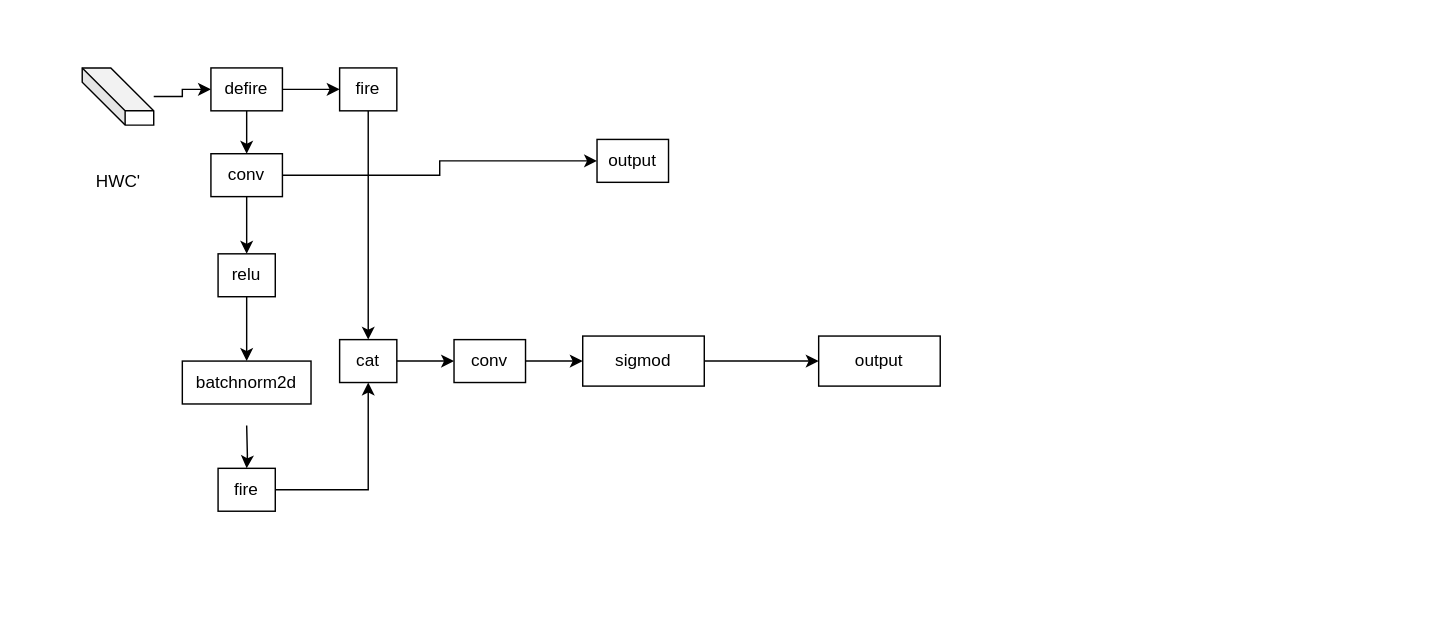
Above: reflectHybloss.drawio in LB157/PhotoLibrary (draw.io), before the change. Source tidied: cells renumbered, new cells numbered last; positions are measured from the earlier drawing's top-left corner, leaving out a move shared by most shapes. Both pictures are drawn from the tidied source at 143%, with x=0, y=0 at pixel (82, 67).
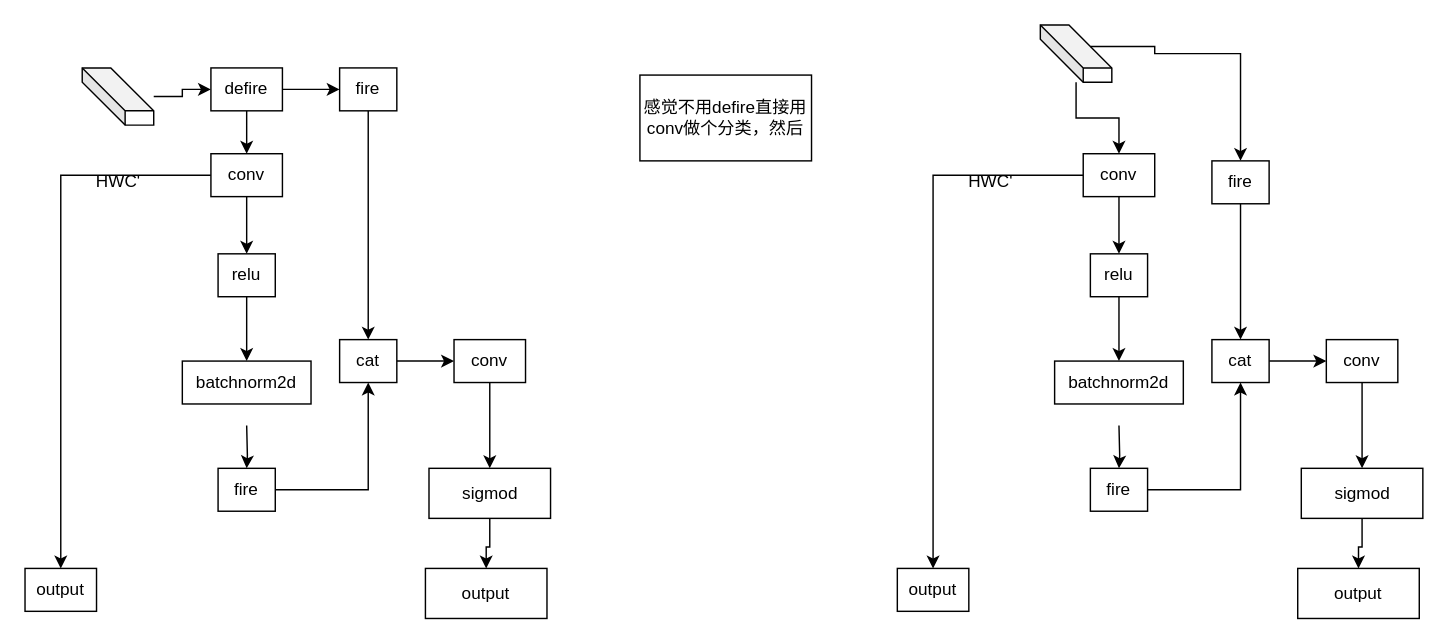
The same diagram, later.

What changed in the source:
```diff
@@
     <mxCell id="24" value="sigmod" style="whiteSpace=wrap;html=1;" parent="1" vertex="1">
-      <mxGeometry x="350" y="187.5" width="85" height="35" as="geometry" />
+      <mxGeometry x="242.5" y="280" width="85" height="35" as="geometry" />
     </mxCell>
     <mxCell id="25" value="output" style="whiteSpace=wrap;html=1;" parent="1" vertex="1">
-      <mxGeometry x="515" y="187.5" width="85" height="35" as="geometry" />
+      <mxGeometry x="240" y="350" width="85" height="35" as="geometry" />
     </mxCell>
     <mxCell id="26" value="output" style="whiteSpace=wrap;html=1;" parent="1" vertex="1">
-      <mxGeometry x="360" y="50" width="50" height="30" as="geometry" />
+      <mxGeometry x="-40" y="350" width="50" height="30" as="geometry" />
     </mxCell>
+    <mxCell id="27" value="感觉不用defire直接用conv做个分类，然后" style="rounded=0;whiteSpace=wrap;html=1;" parent="1" vertex="1">
+      <mxGeometry x="390" y="5" width="120" height="60" as="geometry" />
+    </mxCell>
+    <mxCell id="28" style="edgeStyle=orthogonalEdgeStyle;rounded=0;jettySize=auto;html=1;entryX=0.5;entryY=0;entryDx=0;entryDy=0;" parent="1" edge="1" source="29" target="34">
+      <mxGeometry relative="1" as="geometry" />
+    </mxCell>
+    <mxCell id="29" style="shape=cube;whiteSpace=wrap;html=1;boundedLbl=1;backgroundOutline=1;darkOpacity=0.05;darkOpacity2=0.1;rotation=0;size=30;" parent="1" vertex="1">
+      <mxGeometry x="670" y="-30" width="50" height="40" as="geometry" />
+    </mxCell>
+    <mxCell id="30" value="HWC'" style="text;html=1;align=center;verticalAlign=middle;strokeColor=none;fillColor=none;" parent="1" vertex="1">
+      <mxGeometry x="610" y="65" width="50" height="30" as="geometry" />
+    </mxCell>
+    <mxCell id="31" style="edgeStyle=orthogonalEdgeStyle;rounded=0;jettySize=auto;html=1;exitX=0;exitY=0;exitDx=35;exitDy=15;exitPerimeter=0;" parent="1" edge="1" source="29" target="42">
+      <mxGeometry relative="1" as="geometry">
+        <Array as="points">
+          <mxPoint x="750" y="-15" />
+          <mxPoint x="750" y="-10" />
+          <mxPoint x="810" y="-10" />
+        </Array>
+      </mxGeometry>
+    </mxCell>
+    <mxCell id="32" style="edgeStyle=orthogonalEdgeStyle;rounded=0;jettySize=auto;html=1;" parent="1" edge="1" source="34" target="36">
+      <mxGeometry relative="1" as="geometry" />
+    </mxCell>
+    <mxCell id="33" style="edgeStyle=orthogonalEdgeStyle;rounded=0;jettySize=auto;html=1;" parent="1" edge="1" source="34" target="50">
+      <mxGeometry relative="1" as="geometry" />
+    </mxCell>
+    <mxCell id="34" value="conv" style="whiteSpace=wrap;html=1;" parent="1" vertex="1">
+      <mxGeometry x="700" y="60" width="50" height="30" as="geometry" />
+    </mxCell>
+    <mxCell id="35" style="edgeStyle=orthogonalEdgeStyle;rounded=0;jettySize=auto;html=1;entryX=0.5;entryY=0;entryDx=0;entryDy=0;" parent="1" edge="1" source="36" target="38">
+      <mxGeometry relative="1" as="geometry" />
+    </mxCell>
+    <mxCell id="36" value="relu" style="whiteSpace=wrap;html=1;" parent="1" vertex="1">
+      <mxGeometry x="705" y="130" width="40" height="30" as="geometry" />
+    </mxCell>
+    <mxCell id="37" style="edgeStyle=orthogonalEdgeStyle;rounded=0;jettySize=auto;html=1;" parent="1" edge="1" target="40">
+      <mxGeometry relative="1" as="geometry">
+        <mxPoint x="725" y="250" as="sourcePoint" />
+      </mxGeometry>
+    </mxCell>
+    <mxCell id="38" value="batchnorm2d" style="whiteSpace=wrap;html=1;" parent="1" vertex="1">
+      <mxGeometry x="680" y="205" width="90" height="30" as="geometry" />
+    </mxCell>
+    <mxCell id="39" style="edgeStyle=orthogonalEdgeStyle;rounded=0;jettySize=auto;html=1;" parent="1" edge="1" source="40" target="44">
+      <mxGeometry relative="1" as="geometry" />
+    </mxCell>
+    <mxCell id="40" value="fire" style="whiteSpace=wrap;html=1;" parent="1" vertex="1">
+      <mxGeometry x="705" y="280" width="40" height="30" as="geometry" />
+    </mxCell>
+    <mxCell id="41" style="edgeStyle=orthogonalEdgeStyle;rounded=0;jettySize=auto;html=1;entryX=0.5;entryY=0;entryDx=0;entryDy=0;" parent="1" edge="1" source="42" target="44">
+      <mxGeometry relative="1" as="geometry" />
+    </mxCell>
+    <mxCell id="42" value="fire" style="whiteSpace=wrap;html=1;" parent="1" vertex="1">
+      <mxGeometry x="790" y="65" width="40" height="30" as="geometry" />
+    </mxCell>
+    <mxCell id="43" style="edgeStyle=orthogonalEdgeStyle;rounded=0;jettySize=auto;html=1;" parent="1" edge="1" source="44" target="46">
+      <mxGeometry relative="1" as="geometry" />
+    </mxCell>
+    <mxCell id="44" value="cat" style="whiteSpace=wrap;html=1;" parent="1" vertex="1">
+      <mxGeometry x="790" y="190" width="40" height="30" as="geometry" />
+    </mxCell>
+    <mxCell id="45" style="edgeStyle=orthogonalEdgeStyle;rounded=0;jettySize=auto;html=1;" parent="1" edge="1" source="46" target="48">
+      <mxGeometry relative="1" as="geometry" />
+    </mxCell>
+    <mxCell id="46" value="conv" style="whiteSpace=wrap;html=1;" parent="1" vertex="1">
+      <mxGeometry x="870" y="190" width="50" height="30" as="geometry" />
+    </mxCell>
+    <mxCell id="47" style="edgeStyle=orthogonalEdgeStyle;rounded=0;jettySize=auto;html=1;" parent="1" edge="1" source="48" target="49">
+      <mxGeometry relative="1" as="geometry" />
+    </mxCell>
+    <mxCell id="48" value="sigmod" style="whiteSpace=wrap;html=1;" parent="1" vertex="1">
+      <mxGeometry x="852.5" y="280" width="85" height="35" as="geometry" />
+    </mxCell>
+    <mxCell id="49" value="output" style="whiteSpace=wrap;html=1;" parent="1" vertex="1">
+      <mxGeometry x="850" y="350" width="85" height="35" as="geometry" />
+    </mxCell>
+    <mxCell id="50" value="output" style="whiteSpace=wrap;html=1;" parent="1" vertex="1">
+      <mxGeometry x="570" y="350" width="50" height="30" as="geometry" />
+    </mxCell>
```
